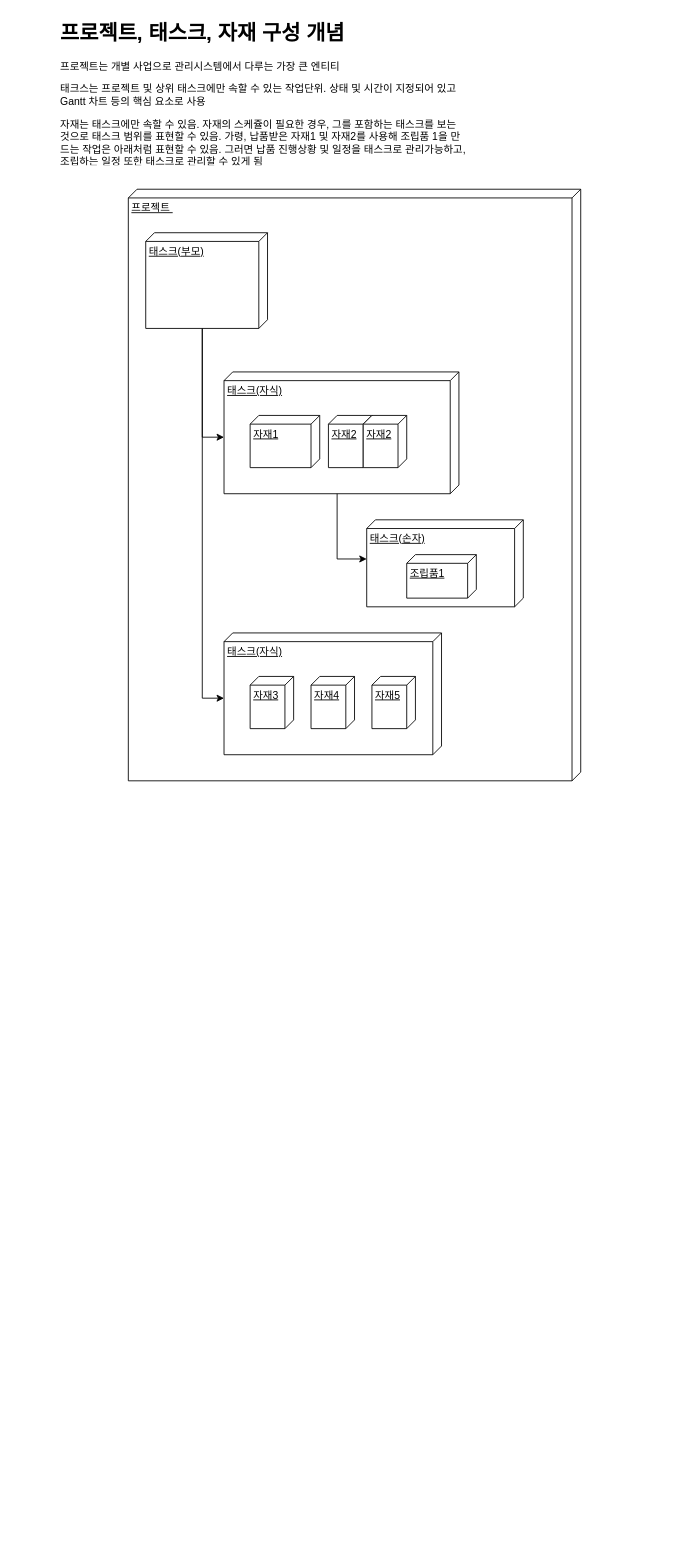
The draw.io diagram page "주요 개념도" (5 of 5) of SAMS(PMS).drawio in OhcandO/SoletTop_EOS-FES, before the edit. Source tidied: cells renumbered, new cells numbered last; positions are measured from the earlier drawing's top-left corner, leaving out a move shared by most shapes. Both pictures are drawn from the tidied source at 87%, with x=0, y=0 at pixel (58, 15).
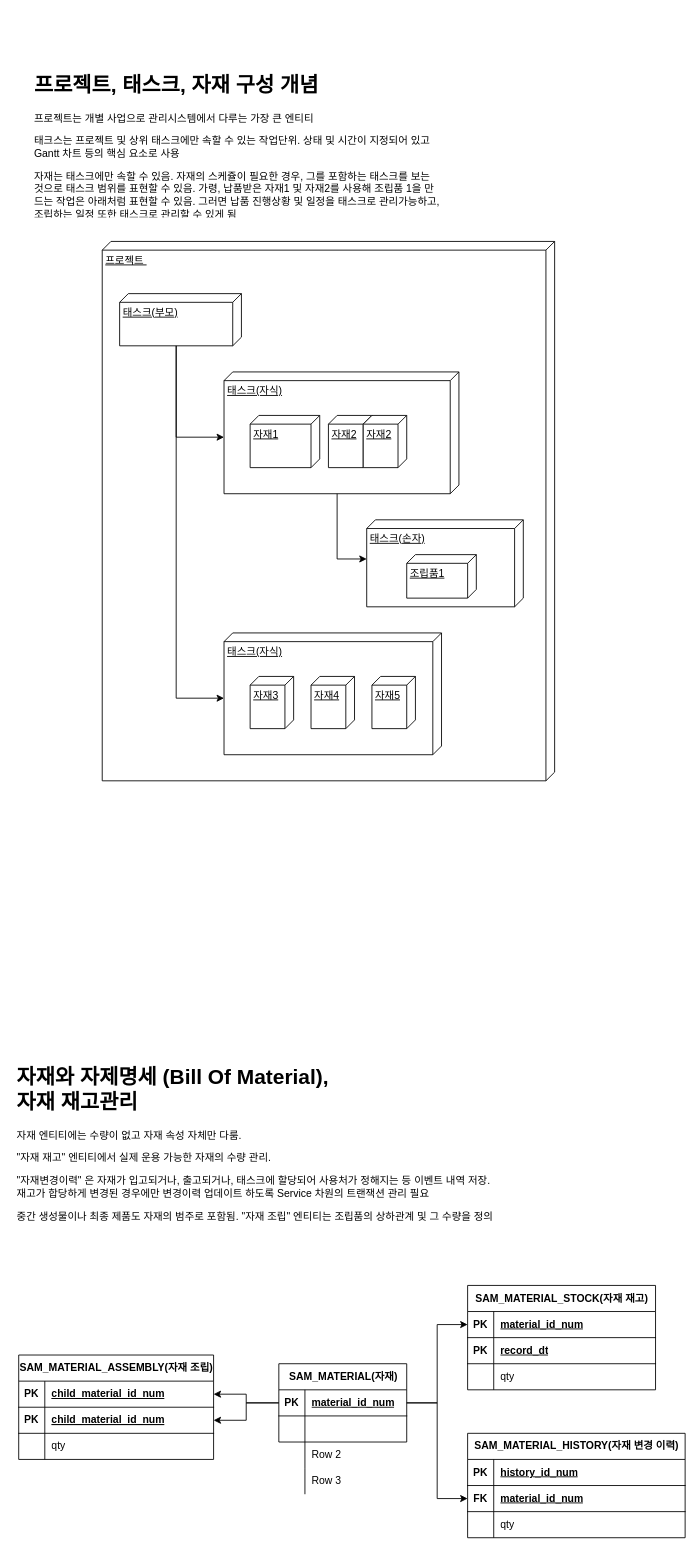
The same page after the edit.

Unchanged cells that the change refers to:
```xml
<mxCell id="5" value="태스크(자식)" style="verticalAlign=top;align=left;spacingTop=8;spacingLeft=2;spacingRight=12;shape=cube;size=10;direction=south;fontStyle=4;html=1;whiteSpace=wrap;" parent="1" vertex="1">
  <mxGeometry x="190" y="410" width="270" height="140" as="geometry" />
</mxCell>
<mxCell id="9" value="태스크(자식)" style="verticalAlign=top;align=left;spacingTop=8;spacingLeft=2;spacingRight=12;shape=cube;size=10;direction=south;fontStyle=4;html=1;whiteSpace=wrap;" parent="1" vertex="1">
  <mxGeometry x="190" y="710" width="250" height="140" as="geometry" />
</mxCell>
```

The edit, as a diff of the source:
```diff
@@
     <mxCell id="2" value="프로젝트&amp;nbsp;" style="verticalAlign=top;align=left;spacingTop=8;spacingLeft=2;spacingRight=12;shape=cube;size=10;direction=south;fontStyle=4;html=1;whiteSpace=wrap;" parent="1" vertex="1">
-      <mxGeometry x="80" y="200" width="520" height="680" as="geometry" />
+      <mxGeometry x="50" y="260" width="520" height="620" as="geometry" />
     </mxCell>
-    <mxCell id="3" style="edgeStyle=orthogonalEdgeStyle;rounded=0;jettySize=auto;html=1;entryX=0;entryY=0;entryDx=75;entryDy=270;entryPerimeter=0;exitX=0;exitY=0;exitDx=110;exitDy=75;exitPerimeter=0;" parent="1" edge="1" source="4" target="5">
+    <mxCell id="3" style="edgeStyle=orthogonalEdgeStyle;rounded=0;jettySize=auto;html=1;entryX=0;entryY=0;entryDx=75;entryDy=270;entryPerimeter=0;exitX=0;exitY=0;exitDx=60;exitDy=75;exitPerimeter=0;" parent="1" edge="1" source="4" target="5">
       <mxGeometry relative="1" as="geometry" />
     </mxCell>
     <mxCell id="4" value="태스크(부모)" style="verticalAlign=top;align=left;spacingTop=8;spacingLeft=2;spacingRight=12;shape=cube;size=10;direction=south;fontStyle=4;html=1;whiteSpace=wrap;" parent="1" vertex="1">
-      <mxGeometry x="100" y="250" width="140" height="110" as="geometry" />
+      <mxGeometry x="70" y="320" width="140" height="60" as="geometry" />
     </mxCell>
@@
-    <mxCell id="13" style="edgeStyle=orthogonalEdgeStyle;rounded=0;jettySize=auto;html=1;exitX=0;exitY=0;exitDx=110;exitDy=75;exitPerimeter=0;entryX=0;entryY=0;entryDx=75;entryDy=250;entryPerimeter=0;" parent="1" edge="1" source="4" target="9">
+    <mxCell id="13" style="edgeStyle=orthogonalEdgeStyle;rounded=0;jettySize=auto;html=1;exitX=0;exitY=0;exitDx=60;exitDy=75;exitPerimeter=0;entryX=0;entryY=0;entryDx=75;entryDy=250;entryPerimeter=0;" parent="1" edge="1" source="4" target="9">
       <mxGeometry relative="1" as="geometry" />
     </mxCell>
@@
     <mxCell id="17" value="&lt;h1 style=&quot;margin-top: 0px;&quot;&gt;프로젝트, 태스크, 자재 구성 개념&lt;/h1&gt;&lt;p&gt;프로젝트는 개별 사업으로 관리시스템에서 다루는 가장 큰 엔티티&amp;nbsp;&lt;/p&gt;&lt;p&gt;&lt;span style=&quot;background-color: transparent; color: light-dark(rgb(0, 0, 0), rgb(255, 255, 255));&quot;&gt;태크스는 프로젝트 및 상위 태스크에만 속할 수 있는 작업단위. 상태 및 시간이 지정되어 있고 Gantt 차트 등의 핵심 요소로 사용&lt;/span&gt;&lt;/p&gt;&lt;p&gt;&lt;span style=&quot;background-color: transparent; color: light-dark(rgb(0, 0, 0), rgb(255, 255, 255));&quot;&gt;자재는 태스크에만 속할 수 있음. 자재의 스케쥴이 필요한 경우, 그를 포함하는 태스크를 보는 것으로 태스크 범위를 표현할 수 있음. 가령, 납품받은 자재1 및 자재2를 사용해 조립품 1을 만드는 작업은 아래처럼 표현할 수 있음. 그러면 납품 진행상황 및 일정을 태스크로 관리가능하고, 조립하는 일정 또한 태스크로 관리할 수 있게 됨&lt;/span&gt;&lt;/p&gt;" style="text;html=1;whiteSpace=wrap;overflow=hidden;rounded=0;" parent="1" vertex="1">
-      <mxGeometry width="470" height="170" as="geometry" />
+      <mxGeometry x="-30" y="60" width="470" height="170" as="geometry" />
     </mxCell>
+    <mxCell id="18" value="SAM_MATERIAL(자재)" style="shape=table;startSize=30;childLayout=tableLayout;rowLines=0;fontStyle=1;align=center;html=1;" parent="1" vertex="1">
+      <mxGeometry x="253" y="1550" width="147" height="90" as="geometry" />
+    </mxCell>
+    <mxCell id="19" style="shape=tableRow;horizontal=0;startSize=0;swimlaneHead=0;swimlaneBody=0;fillColor=none;points=[[0,0.5],[1,0.5]];portConstraint=eastwest;top=0;left=0;right=0;bottom=1;" parent="18" vertex="1">
+      <mxGeometry y="30" width="147" height="30" as="geometry" />
+    </mxCell>
+    <mxCell id="20" value="PK" style="shape=partialRectangle;fillColor=none;top=0;left=0;bottom=0;right=0;fontStyle=1;overflow=hidden;whiteSpace=wrap;html=1;" parent="19" vertex="1">
+      <mxGeometry width="30" height="30" as="geometry" />
+    </mxCell>
+    <mxCell id="21" value="material_id_num" style="shape=partialRectangle;fillColor=none;top=0;left=0;bottom=0;right=0;align=left;spacingLeft=6;fontStyle=5;overflow=hidden;whiteSpace=wrap;html=1;" parent="19" vertex="1">
+      <mxGeometry x="30" width="117" height="30" as="geometry" />
+    </mxCell>
+    <mxCell id="22" style="shape=tableRow;horizontal=0;startSize=0;swimlaneHead=0;swimlaneBody=0;fillColor=none;top=0;left=0;right=0;bottom=0;" parent="18" vertex="1">
+      <mxGeometry y="60" width="147" height="30" as="geometry" />
+    </mxCell>
+    <mxCell id="23" style="shape=partialRectangle;fillColor=none;top=0;left=0;bottom=0;right=0;overflow=hidden;whiteSpace=wrap;html=1;" parent="22" vertex="1">
+      <mxGeometry width="30" height="30" as="geometry" />
+    </mxCell>
+    <mxCell id="24" style="shape=partialRectangle;fillColor=none;top=0;left=0;bottom=0;right=0;align=left;spacingLeft=6;overflow=hidden;whiteSpace=wrap;html=1;" parent="22" vertex="1">
+      <mxGeometry x="30" width="117" height="30" as="geometry" />
+    </mxCell>
+    <mxCell id="25" style="shape=tableRow;horizontal=0;startSize=0;swimlaneHead=0;swimlaneBody=0;fillColor=none;top=0;left=0;right=0;bottom=0;" parent="18" vertex="1">
+      <mxGeometry y="90" width="180" height="30" as="geometry" />
+    </mxCell>
+    <mxCell id="26" style="shape=partialRectangle;fillColor=none;top=0;left=0;bottom=0;right=0;overflow=hidden;whiteSpace=wrap;html=1;" parent="25" vertex="1">
+      <mxGeometry width="30" height="30" as="geometry" />
+    </mxCell>
+    <mxCell id="27" value="Row 2" style="shape=partialRectangle;fillColor=none;top=0;left=0;bottom=0;right=0;align=left;spacingLeft=6;overflow=hidden;whiteSpace=wrap;html=1;" parent="25" vertex="1">
+      <mxGeometry x="30" width="150" height="30" as="geometry" />
+    </mxCell>
+    <mxCell id="28" style="shape=tableRow;horizontal=0;startSize=0;swimlaneHead=0;swimlaneBody=0;fillColor=none;top=0;left=0;right=0;bottom=0;" parent="18" vertex="1">
+      <mxGeometry y="120" width="180" height="30" as="geometry" />
+    </mxCell>
+    <mxCell id="29" style="shape=partialRectangle;fillColor=none;top=0;left=0;bottom=0;right=0;overflow=hidden;whiteSpace=wrap;html=1;" parent="28" vertex="1">
+      <mxGeometry width="30" height="30" as="geometry" />
+    </mxCell>
+    <mxCell id="30" value="Row 3" style="shape=partialRectangle;fillColor=none;top=0;left=0;bottom=0;right=0;align=left;spacingLeft=6;overflow=hidden;whiteSpace=wrap;html=1;" parent="28" vertex="1">
+      <mxGeometry x="30" width="150" height="30" as="geometry" />
+    </mxCell>
+    <mxCell id="31" value="&lt;h1 style=&quot;margin-top: 0px;&quot;&gt;자재와 자제명세 (Bill Of Material),&lt;br&gt;자재 재고관리&lt;/h1&gt;&lt;p&gt;자재 엔티티에는 수량이 없고 자재 속성 자체만 다룸.&amp;nbsp;&lt;/p&gt;&lt;p&gt;&quot;자재 재고&quot; 엔티티에서&amp;nbsp;&lt;span style=&quot;background-color: transparent; color: light-dark(rgb(0, 0, 0), rgb(255, 255, 255));&quot;&gt;실제 운용 가능한 자재의 수량&amp;nbsp;&lt;/span&gt;&lt;span style=&quot;background-color: transparent; color: light-dark(rgb(0, 0, 0), rgb(255, 255, 255));&quot;&gt;관리.&amp;nbsp;&lt;/span&gt;&lt;/p&gt;&lt;p&gt;&lt;span style=&quot;background-color: transparent; color: light-dark(rgb(0, 0, 0), rgb(255, 255, 255));&quot;&gt;&quot;자재변경이력&quot; 은&amp;nbsp;&lt;/span&gt;&lt;span style=&quot;background-color: transparent; color: light-dark(rgb(0, 0, 0), rgb(255, 255, 255));&quot;&gt;자재가 입고되거나, 출고되거나, 태스크에 할당되어 사용처가 정해지는 등 이벤트 내역&lt;/span&gt;&lt;span style=&quot;background-color: transparent; color: light-dark(rgb(0, 0, 0), rgb(255, 255, 255));&quot;&gt;&amp;nbsp;저장. 재고가 합당하게 변경된 경우에만 변경이력 업데이트 하도록 Service 차원의 트랜잭션 관리 필요&lt;/span&gt;&lt;/p&gt;&lt;p&gt;중간 생성물이나 최종 제품도 자재의 범주로 포함됨. &quot;자재 조립&quot; 엔티티는 조립품의 상하관계 및 그 수량을 정의&lt;/p&gt;" style="text;html=1;whiteSpace=wrap;overflow=hidden;rounded=0;" parent="1" vertex="1">
+      <mxGeometry x="-50" y="1200" width="550" height="220" as="geometry" />
+    </mxCell>
+    <mxCell id="32" value="SAM_MATERIAL_ASSEMBLY(자재 조립)" style="shape=table;startSize=30;childLayout=tableLayout;rowLines=0;fontStyle=1;align=center;html=1;" parent="1" vertex="1">
+      <mxGeometry x="-46" y="1540" width="224" height="120" as="geometry" />
+    </mxCell>
+    <mxCell id="33" style="shape=tableRow;horizontal=0;startSize=0;swimlaneHead=0;swimlaneBody=0;fillColor=none;points=[[0,0.5],[1,0.5]];portConstraint=eastwest;top=0;left=0;right=0;bottom=1;" parent="32" vertex="1">
+      <mxGeometry y="30" width="224" height="30" as="geometry" />
+    </mxCell>
+    <mxCell id="34" value="PK" style="shape=partialRectangle;fillColor=none;top=0;left=0;bottom=0;right=0;fontStyle=1;overflow=hidden;whiteSpace=wrap;html=1;" parent="33" vertex="1">
+      <mxGeometry width="30" height="30" as="geometry" />
+    </mxCell>
+    <mxCell id="35" value="&lt;u style=&quot;&quot;&gt;child_material_id_num&lt;/u&gt;" style="shape=partialRectangle;fillColor=none;top=0;left=0;bottom=0;right=0;align=left;spacingLeft=6;fontStyle=5;overflow=hidden;whiteSpace=wrap;html=1;" parent="33" vertex="1">
+      <mxGeometry x="30" width="194" height="30" as="geometry" />
+    </mxCell>
+    <mxCell id="36" style="shape=tableRow;horizontal=0;startSize=0;swimlaneHead=0;swimlaneBody=0;fillColor=none;points=[[0,0.5],[1,0.5]];portConstraint=eastwest;top=0;left=0;right=0;bottom=1;" parent="32" vertex="1">
+      <mxGeometry y="60" width="224" height="30" as="geometry" />
+    </mxCell>
+    <mxCell id="37" value="PK" style="shape=partialRectangle;fillColor=none;top=0;left=0;bottom=0;right=0;fontStyle=1;overflow=hidden;whiteSpace=wrap;html=1;" parent="36" vertex="1">
+      <mxGeometry width="30" height="30" as="geometry" />
+    </mxCell>
+    <mxCell id="38" value="&lt;u style=&quot;&quot;&gt;child_material_id_num&lt;/u&gt;" style="shape=partialRectangle;fillColor=none;top=0;left=0;bottom=0;right=0;align=left;spacingLeft=6;fontStyle=5;overflow=hidden;whiteSpace=wrap;html=1;" parent="36" vertex="1">
+      <mxGeometry x="30" width="194" height="30" as="geometry" />
+    </mxCell>
+    <mxCell id="39" style="shape=tableRow;horizontal=0;startSize=0;swimlaneHead=0;swimlaneBody=0;fillColor=none;top=0;left=0;right=0;bottom=0;fontStyle=0;" parent="32" vertex="1">
+      <mxGeometry y="90" width="224" height="30" as="geometry" />
+    </mxCell>
+    <mxCell id="40" style="shape=partialRectangle;fillColor=none;top=0;left=0;bottom=0;right=0;overflow=hidden;whiteSpace=wrap;html=1;" parent="39" vertex="1">
+      <mxGeometry width="30" height="30" as="geometry" />
+    </mxCell>
+    <mxCell id="41" value="qty" style="shape=partialRectangle;fillColor=none;top=0;left=0;bottom=0;right=0;align=left;spacingLeft=6;overflow=hidden;whiteSpace=wrap;html=1;" parent="39" vertex="1">
+      <mxGeometry x="30" width="194" height="30" as="geometry" />
+    </mxCell>
+    <mxCell id="42" value="SAM_MATERIAL_HISTORY(자재 변경 이력)" style="shape=table;startSize=30;childLayout=tableLayout;rowLines=0;fontStyle=1;align=center;html=1;" parent="1" vertex="1">
+      <mxGeometry x="470" y="1630" width="250" height="120" as="geometry" />
+    </mxCell>
+    <mxCell id="43" style="shape=tableRow;horizontal=0;startSize=0;swimlaneHead=0;swimlaneBody=0;fillColor=none;top=0;left=0;right=0;bottom=1;" parent="42" vertex="1">
+      <mxGeometry y="30" width="250" height="30" as="geometry" />
+    </mxCell>
+    <mxCell id="44" value="PK" style="shape=partialRectangle;fillColor=none;top=0;left=0;bottom=0;right=0;fontStyle=1;overflow=hidden;whiteSpace=wrap;html=1;" parent="43" vertex="1">
+      <mxGeometry width="30" height="30" as="geometry" />
+    </mxCell>
+    <mxCell id="45" value="history_id_num" style="shape=partialRectangle;fillColor=none;top=0;left=0;bottom=0;right=0;align=left;spacingLeft=6;fontStyle=5;overflow=hidden;whiteSpace=wrap;html=1;" parent="43" vertex="1">
+      <mxGeometry x="30" width="220" height="30" as="geometry" />
+    </mxCell>
+    <mxCell id="46" style="shape=tableRow;horizontal=0;startSize=0;swimlaneHead=0;swimlaneBody=0;fillColor=none;points=[[0,0.5],[1,0.5]];portConstraint=eastwest;top=0;left=0;right=0;bottom=1;" parent="42" vertex="1">
+      <mxGeometry y="60" width="250" height="30" as="geometry" />
+    </mxCell>
+    <mxCell id="47" value="FK" style="shape=partialRectangle;fillColor=none;top=0;left=0;bottom=0;right=0;fontStyle=1;overflow=hidden;whiteSpace=wrap;html=1;" parent="46" vertex="1">
+      <mxGeometry width="30" height="30" as="geometry" />
+    </mxCell>
+    <mxCell id="48" value="material_id_num" style="shape=partialRectangle;fillColor=none;top=0;left=0;bottom=0;right=0;align=left;spacingLeft=6;fontStyle=5;overflow=hidden;whiteSpace=wrap;html=1;" parent="46" vertex="1">
+      <mxGeometry x="30" width="220" height="30" as="geometry" />
+    </mxCell>
+    <mxCell id="49" style="shape=tableRow;horizontal=0;startSize=0;swimlaneHead=0;swimlaneBody=0;fillColor=none;top=0;left=0;right=0;bottom=0;" parent="42" vertex="1">
+      <mxGeometry y="90" width="250" height="30" as="geometry" />
+    </mxCell>
+    <mxCell id="50" style="shape=partialRectangle;fillColor=none;top=0;left=0;bottom=0;right=0;overflow=hidden;whiteSpace=wrap;html=1;" parent="49" vertex="1">
+      <mxGeometry width="30" height="30" as="geometry" />
+    </mxCell>
+    <mxCell id="51" value="qty" style="shape=partialRectangle;fillColor=none;top=0;left=0;bottom=0;right=0;align=left;spacingLeft=6;overflow=hidden;whiteSpace=wrap;html=1;" parent="49" vertex="1">
+      <mxGeometry x="30" width="220" height="30" as="geometry" />
+    </mxCell>
+    <mxCell id="52" value="SAM_MATERIAL_STOCK(자재 재고)" style="shape=table;startSize=30;childLayout=tableLayout;rowLines=0;fontStyle=1;align=center;html=1;" parent="1" vertex="1">
+      <mxGeometry x="470" y="1460" width="216" height="120" as="geometry" />
+    </mxCell>
+    <mxCell id="53" style="shape=tableRow;horizontal=0;startSize=0;swimlaneHead=0;swimlaneBody=0;fillColor=none;points=[[0,0.5],[1,0.5]];portConstraint=eastwest;top=0;left=0;right=0;bottom=1;" parent="52" vertex="1">
+      <mxGeometry y="30" width="216" height="30" as="geometry" />
+    </mxCell>
+    <mxCell id="54" value="PK" style="shape=partialRectangle;fillColor=none;top=0;left=0;bottom=0;right=0;fontStyle=1;overflow=hidden;whiteSpace=wrap;html=1;" parent="53" vertex="1">
+      <mxGeometry width="30" height="30" as="geometry" />
+    </mxCell>
+    <mxCell id="55" value="material_id_num" style="shape=partialRectangle;fillColor=none;top=0;left=0;bottom=0;right=0;align=left;spacingLeft=6;fontStyle=5;overflow=hidden;whiteSpace=wrap;html=1;" parent="53" vertex="1">
+      <mxGeometry x="30" width="186" height="30" as="geometry" />
+    </mxCell>
+    <mxCell id="56" style="shape=tableRow;horizontal=0;startSize=0;swimlaneHead=0;swimlaneBody=0;fillColor=none;top=0;left=0;right=0;bottom=1;" parent="52" vertex="1">
+      <mxGeometry y="60" width="216" height="30" as="geometry" />
+    </mxCell>
+    <mxCell id="57" value="PK" style="shape=partialRectangle;fillColor=none;top=0;left=0;bottom=0;right=0;fontStyle=1;overflow=hidden;whiteSpace=wrap;html=1;" parent="56" vertex="1">
+      <mxGeometry width="30" height="30" as="geometry" />
+    </mxCell>
+    <mxCell id="58" value="record_dt" style="shape=partialRectangle;fillColor=none;top=0;left=0;bottom=0;right=0;align=left;spacingLeft=6;fontStyle=5;overflow=hidden;whiteSpace=wrap;html=1;" parent="56" vertex="1">
+      <mxGeometry x="30" width="186" height="30" as="geometry" />
+    </mxCell>
+    <mxCell id="59" style="shape=tableRow;horizontal=0;startSize=0;swimlaneHead=0;swimlaneBody=0;fillColor=none;top=0;left=0;right=0;bottom=0;" parent="52" vertex="1">
+      <mxGeometry y="90" width="216" height="30" as="geometry" />
+    </mxCell>
+    <mxCell id="60" style="shape=partialRectangle;fillColor=none;top=0;left=0;bottom=0;right=0;overflow=hidden;whiteSpace=wrap;html=1;" parent="59" vertex="1">
+      <mxGeometry width="30" height="30" as="geometry" />
+    </mxCell>
+    <mxCell id="61" value="qty" style="shape=partialRectangle;fillColor=none;top=0;left=0;bottom=0;right=0;align=left;spacingLeft=6;overflow=hidden;whiteSpace=wrap;html=1;" parent="59" vertex="1">
+      <mxGeometry x="30" width="186" height="30" as="geometry" />
+    </mxCell>
+    <mxCell id="62" style="edgeStyle=orthogonalEdgeStyle;rounded=0;jettySize=auto;html=1;exitX=1;exitY=0.5;exitDx=0;exitDy=0;entryX=0;entryY=0.5;entryDx=0;entryDy=0;" parent="1" edge="1" source="19" target="53">
+      <mxGeometry relative="1" as="geometry" />
+    </mxCell>
+    <mxCell id="63" style="edgeStyle=orthogonalEdgeStyle;rounded=0;jettySize=auto;html=1;exitX=0;exitY=0.5;exitDx=0;exitDy=0;entryX=1;entryY=0.5;entryDx=0;entryDy=0;" parent="1" edge="1" source="19" target="33">
+      <mxGeometry relative="1" as="geometry" />
+    </mxCell>
+    <mxCell id="64" style="edgeStyle=orthogonalEdgeStyle;rounded=0;jettySize=auto;html=1;exitX=0;exitY=0.5;exitDx=0;exitDy=0;entryX=1;entryY=0.5;entryDx=0;entryDy=0;" parent="1" edge="1" source="19" target="36">
+      <mxGeometry relative="1" as="geometry" />
+    </mxCell>
+    <mxCell id="65" style="edgeStyle=orthogonalEdgeStyle;rounded=0;jettySize=auto;html=1;exitX=1;exitY=0.5;exitDx=0;exitDy=0;entryX=0;entryY=0.5;entryDx=0;entryDy=0;" parent="1" edge="1" source="19" target="46">
+      <mxGeometry relative="1" as="geometry" />
+    </mxCell>
```
